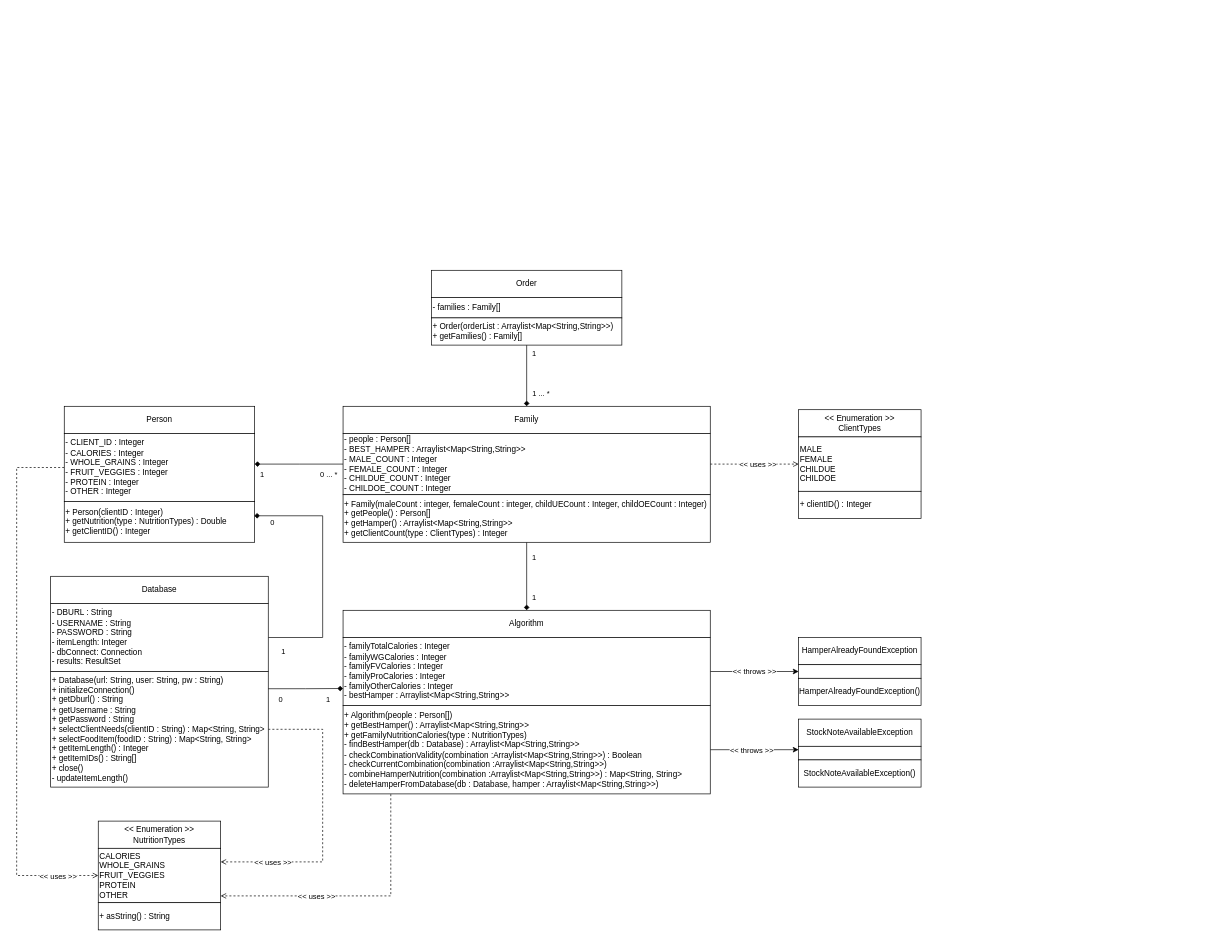
This is UML/FinalProjectUML.drawio from dyenaan/ENSF409Group30, a draw.io file, before an edit. Source tidied: cells renumbered, new cells numbered last; positions are measured from the earlier drawing's top-left corner, leaving out a move shared by most shapes. Both pictures are drawn from the tidied source at 68%, with x=0, y=0 at pixel (16, 270).
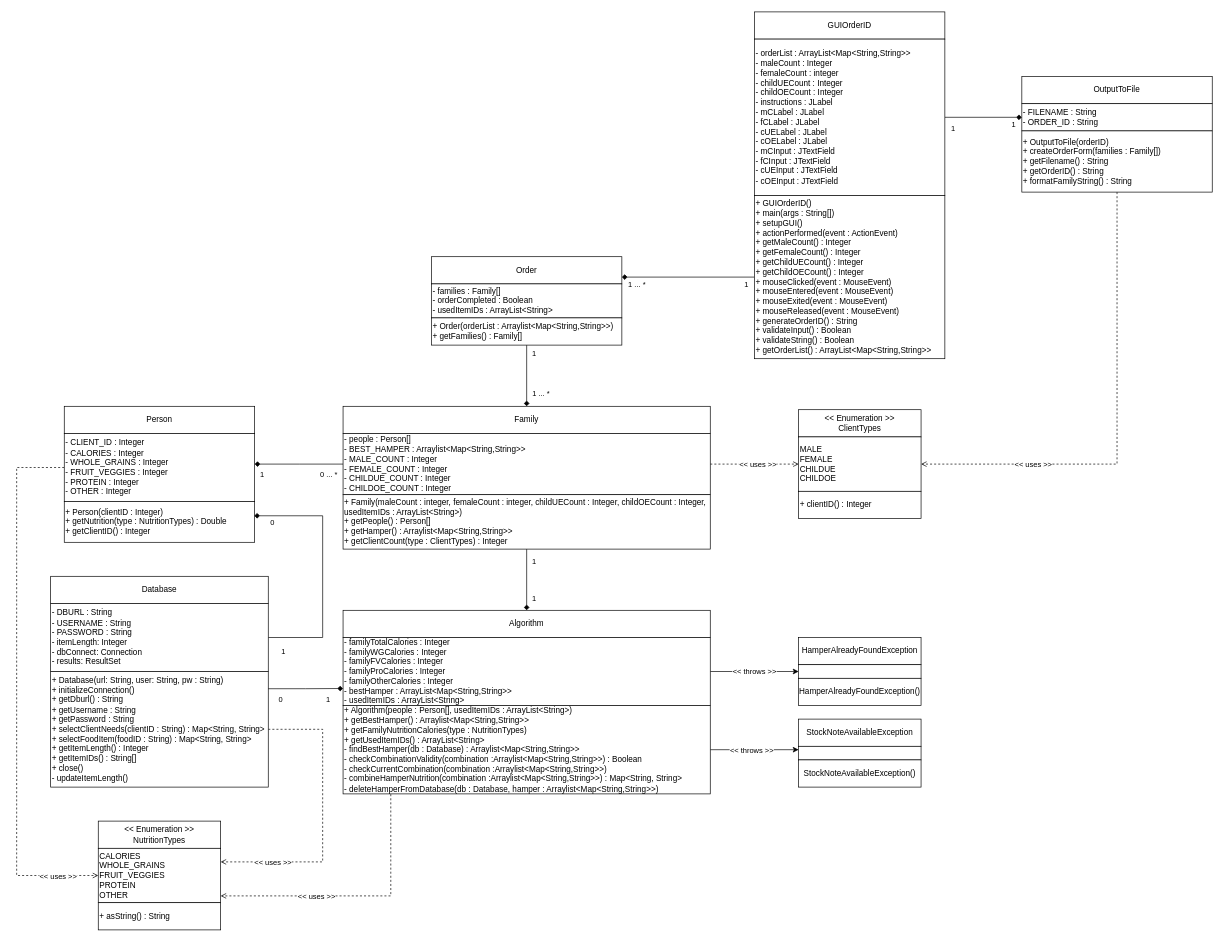
Above is the later version.

Unchanged cells that the change refers to:
```xml
<mxCell id="53" value="MALE&lt;br&gt;FEMALE&lt;br&gt;CHILDUE&lt;br&gt;CHILDOE" style="rounded=0;whiteSpace=wrap;html=1;align=left;" parent="1" vertex="1">
  <mxGeometry x="1150" y="245" width="180" height="80" as="geometry" />
</mxCell>
```

Change to the diagram source:
```diff
@@
     <mxCell id="2" value="Order" style="rounded=0;whiteSpace=wrap;html=1;" parent="1" vertex="1">
-      <mxGeometry x="610" width="280" height="40" as="geometry" />
+      <mxGeometry x="610" y="-20" width="280" height="40" as="geometry" />
     </mxCell>
-    <mxCell id="3" value="- families : Family[]&lt;br&gt;" style="rounded=0;whiteSpace=wrap;html=1;align=left;" parent="1" vertex="1">
-      <mxGeometry x="610" y="40" width="280" height="30" as="geometry" />
+    <mxCell id="3" value="- families : Family[]&lt;br&gt;- orderCompleted : Boolean&lt;br&gt;- usedItemIDs : ArrayList&amp;lt;String&amp;gt;" style="rounded=0;whiteSpace=wrap;html=1;align=left;" parent="1" vertex="1">
+      <mxGeometry x="610" y="20" width="280" height="50" as="geometry" />
     </mxCell>
@@
-    <mxCell id="18" value="+ Family(maleCount : integer, femaleCount : integer, childUECount : Integer, childOECount : Integer)&lt;br&gt;+ getPeople() : Person[]&lt;br&gt;+ getHamper() : Arraylist&amp;lt;Map&amp;lt;String,String&amp;gt;&amp;gt;&lt;br&gt;+ getClientCount(type : ClientTypes) : Integer" style="rounded=0;whiteSpace=wrap;html=1;align=left;" parent="1" vertex="1">
-      <mxGeometry x="480" y="330" width="540" height="70" as="geometry" />
+    <mxCell id="18" value="+ Family(maleCount : integer, femaleCount : integer, childUECount : Integer, childOECount : Integer, usedItemIDs : ArrayList&amp;lt;String&amp;gt;)&lt;br&gt;+ getPeople() : Person[]&lt;br&gt;+ getHamper() : Arraylist&amp;lt;Map&amp;lt;String,String&amp;gt;&amp;gt;&lt;br&gt;+ getClientCount(type : ClientTypes) : Integer" style="rounded=0;whiteSpace=wrap;html=1;align=left;" parent="1" vertex="1">
+      <mxGeometry x="480" y="330" width="540" height="80" as="geometry" />
     </mxCell>
@@
-    <mxCell id="26" value="- familyTotalCalories : Integer&lt;br&gt;- familyWGCalories : Integer&lt;br&gt;- familyFVCalories : Integer&lt;br&gt;- familyProCalories : Integer&lt;br&gt;- familyOtherCalories : Integer&lt;br&gt;- bestHamper : Arraylist&amp;lt;Map&amp;lt;String,String&amp;gt;&amp;gt;" style="rounded=0;whiteSpace=wrap;html=1;align=left;" parent="1" vertex="1">
+    <mxCell id="26" value="- familyTotalCalories : Integer&lt;br&gt;- familyWGCalories : Integer&lt;br&gt;- familyFVCalories : Integer&lt;br&gt;- familyProCalories : Integer&lt;br&gt;- familyOtherCalories : Integer&lt;br&gt;- bestHamper : ArrayList&amp;lt;Map&amp;lt;String,String&amp;gt;&amp;gt;&lt;br&gt;- usedItemIDs : ArrayList&amp;lt;String&amp;gt;" style="rounded=0;whiteSpace=wrap;html=1;align=left;" parent="1" vertex="1">
       <mxGeometry x="480" y="540" width="540" height="100" as="geometry" />
     </mxCell>
@@
-    <mxCell id="31" value="+ Algorithm(people : Person[])&lt;br&gt;+ getBestHamper() : Arraylist&amp;lt;Map&amp;lt;String,String&amp;gt;&amp;gt;&lt;br&gt;+ getFamilyNutritionCalories(type : NutritionTypes)&lt;br&gt;- findBestHamper(db : Database) : Arraylist&amp;lt;Map&amp;lt;String,String&amp;gt;&amp;gt;&lt;br&gt;- checkCombinationValidity(combination :Arraylist&amp;lt;Map&amp;lt;String,String&amp;gt;&amp;gt;) : Boolean&lt;br&gt;- checkCurrentCombination(combination :Arraylist&amp;lt;Map&amp;lt;String,String&amp;gt;&amp;gt;)&lt;br&gt;- combineHamperNutrition(combination :Arraylist&amp;lt;Map&amp;lt;String,String&amp;gt;&amp;gt;) : Map&amp;lt;String, String&amp;gt;&lt;br&gt;- deleteHamperFromDatabase(db : Database, hamper : Arraylist&amp;lt;Map&amp;lt;String,String&amp;gt;&amp;gt;)" style="rounded=0;whiteSpace=wrap;html=1;align=left;" parent="1" vertex="1">
+    <mxCell id="31" value="+ Algorithm(people : Person[], usedItemIDs : ArrayList&amp;lt;String&amp;gt;)&lt;br&gt;+ getBestHamper() : Arraylist&amp;lt;Map&amp;lt;String,String&amp;gt;&amp;gt;&lt;br&gt;+ getFamilyNutritionCalories(type : NutritionTypes)&lt;br&gt;+ getUsedItemIDs() : ArrayList&amp;lt;String&amp;gt;&lt;br&gt;- findBestHamper(db : Database) : Arraylist&amp;lt;Map&amp;lt;String,String&amp;gt;&amp;gt;&lt;br&gt;- checkCombinationValidity(combination :Arraylist&amp;lt;Map&amp;lt;String,String&amp;gt;&amp;gt;) : Boolean&lt;br&gt;- checkCurrentCombination(combination :Arraylist&amp;lt;Map&amp;lt;String,String&amp;gt;&amp;gt;)&lt;br&gt;- combineHamperNutrition(combination :Arraylist&amp;lt;Map&amp;lt;String,String&amp;gt;&amp;gt;) : Map&amp;lt;String, String&amp;gt;&lt;br&gt;- deleteHamperFromDatabase(db : Database, hamper : Arraylist&amp;lt;Map&amp;lt;String,String&amp;gt;&amp;gt;)" style="rounded=0;whiteSpace=wrap;html=1;align=left;" parent="1" vertex="1">
       <mxGeometry x="480" y="640" width="540" height="130" as="geometry" />
     </mxCell>
@@
+    <mxCell id="55" value="GUIOrderID" style="rounded=0;whiteSpace=wrap;html=1;" parent="1" vertex="1">
+      <mxGeometry x="1085" y="-380" width="280" height="40" as="geometry" />
+    </mxCell>
+    <mxCell id="56" style="edgeStyle=orthogonalEdgeStyle;rounded=0;jettySize=auto;html=1;entryX=0;entryY=0.5;entryDx=0;entryDy=0;endArrow=diamond;endFill=1;" parent="1" edge="1" source="59" target="65">
+      <mxGeometry relative="1" as="geometry" />
+    </mxCell>
+    <mxCell id="57" value="1" style="edgeLabel;html=1;align=center;verticalAlign=middle;" parent="56" vertex="1">
+      <mxGeometry x="0.65" y="2" relative="1" as="geometry">
+        <mxPoint x="7" y="12" as="offset" />
+      </mxGeometry>
+    </mxCell>
+    <mxCell id="58" value="1" style="edgeLabel;html=1;align=center;verticalAlign=middle;" parent="56" vertex="1">
+      <mxGeometry x="-0.75" y="1" relative="1" as="geometry">
+        <mxPoint x="-3" y="16" as="offset" />
+      </mxGeometry>
+    </mxCell>
+    <mxCell id="59" value="- orderList : ArrayList&amp;lt;Map&amp;lt;String,String&amp;gt;&amp;gt;&lt;br&gt;- maleCount : Integer&lt;br&gt;- femaleCount : integer&lt;br&gt;- childUECount : Integer&lt;br&gt;- childOECount : Integer&lt;br&gt;- instructions : JLabel&lt;br&gt;- mCLabel : JLabel&lt;br&gt;- fCLabel : JLabel&lt;br&gt;- cUELabel : JLabel&lt;br&gt;- cOELabel : JLabel&lt;br&gt;- mCInput : JTextField&lt;br&gt;- fCInput : JTextField&lt;br&gt;- cUEInput : JTextField&lt;br&gt;- cOEInput : JTextField" style="rounded=0;whiteSpace=wrap;html=1;align=left;" parent="1" vertex="1">
+      <mxGeometry x="1085" y="-340" width="280" height="230" as="geometry" />
+    </mxCell>
+    <mxCell id="60" style="edgeStyle=orthogonalEdgeStyle;rounded=0;jettySize=auto;html=1;entryX=1;entryY=0.75;entryDx=0;entryDy=0;endArrow=diamond;endFill=1;" parent="1" edge="1" source="63" target="2">
+      <mxGeometry relative="1" as="geometry" />
+    </mxCell>
+    <mxCell id="61" value="1" style="edgeLabel;html=1;align=center;verticalAlign=middle;" parent="60" vertex="1">
+      <mxGeometry x="-0.87" y="1" relative="1" as="geometry">
+        <mxPoint y="9" as="offset" />
+      </mxGeometry>
+    </mxCell>
+    <mxCell id="62" value="1 ... *" style="edgeLabel;html=1;align=center;verticalAlign=middle;" parent="60" vertex="1">
+      <mxGeometry x="0.78" y="1" relative="1" as="geometry">
+        <mxPoint y="9" as="offset" />
+      </mxGeometry>
+    </mxCell>
+    <mxCell id="63" value="+ GUIOrderID()&lt;br&gt;+ main(args : String[])&lt;br&gt;+ setupGUI()&lt;br&gt;+ actionPerformed(event : ActionEvent)&lt;br&gt;+ getMaleCount() : Integer&lt;br&gt;+ getFemaleCount() : Integer&lt;br&gt;+ getChildUECount() : Integer&lt;br&gt;+ getChildOECount() : Integer&lt;br&gt;+ mouseClicked(event : MouseEvent)&lt;br&gt;+ mouseEntered(event : MouseEvent)&lt;br&gt;+ mouseExited(event : MouseEvent)&lt;br&gt;+ mouseReleased(event : MouseEvent)&lt;br&gt;+ generateOrderID() : String&lt;br&gt;+ validateInput() : Boolean&lt;br&gt;+ validateString() : Boolean&lt;br&gt;+ getOrderList() : ArrayList&amp;lt;Map&amp;lt;String,String&amp;gt;&amp;gt;" style="rounded=0;whiteSpace=wrap;html=1;align=left;" parent="1" vertex="1">
+      <mxGeometry x="1085" y="-110" width="280" height="240" as="geometry" />
+    </mxCell>
+    <mxCell id="64" value="OutputToFile" style="rounded=0;whiteSpace=wrap;html=1;" parent="1" vertex="1">
+      <mxGeometry x="1478.2" y="-285" width="280" height="40" as="geometry" />
+    </mxCell>
+    <mxCell id="65" value="- FILENAME : String&lt;br&gt;- ORDER_ID : String" style="rounded=0;whiteSpace=wrap;html=1;align=left;" parent="1" vertex="1">
+      <mxGeometry x="1478.2" y="-245" width="280" height="40" as="geometry" />
+    </mxCell>
+    <mxCell id="66" style="edgeStyle=orthogonalEdgeStyle;rounded=0;jettySize=auto;html=1;entryX=1;entryY=0.5;entryDx=0;entryDy=0;endArrow=open;endFill=0;exitX=0.5;exitY=1;exitDx=0;exitDy=0;dashed=1;" parent="1" edge="1" source="68" target="53">
+      <mxGeometry relative="1" as="geometry" />
+    </mxCell>
+    <mxCell id="67" value="&amp;lt;&amp;lt; uses &amp;gt;&amp;gt;" style="edgeLabel;html=1;align=center;verticalAlign=middle;" parent="66" vertex="1">
+      <mxGeometry x="0.45" relative="1" as="geometry">
+        <mxPoint x="-25" as="offset" />
+      </mxGeometry>
+    </mxCell>
+    <mxCell id="68" value="+ OutputToFile(orderID)&lt;br&gt;+ createOrderForm(families : Family[])&lt;br&gt;+ getFilename() : String&lt;br&gt;+ getOrderID() : String&lt;br&gt;+ formatFamilyString() : String&lt;br&gt;" style="rounded=0;whiteSpace=wrap;html=1;align=left;" parent="1" vertex="1">
+      <mxGeometry x="1478.2" y="-205" width="280" height="90" as="geometry" />
+    </mxCell>
```
